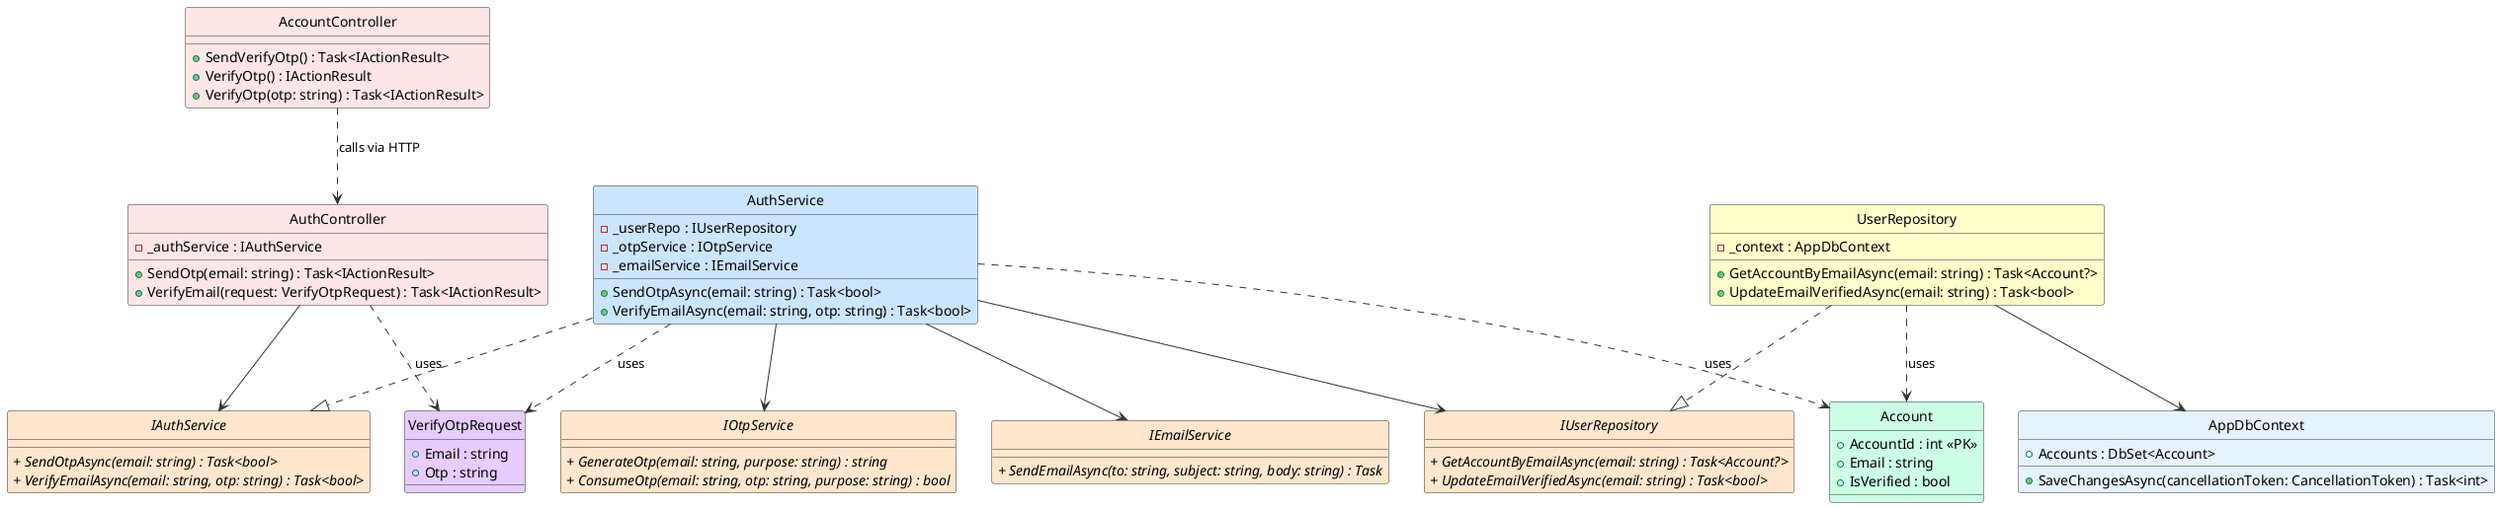
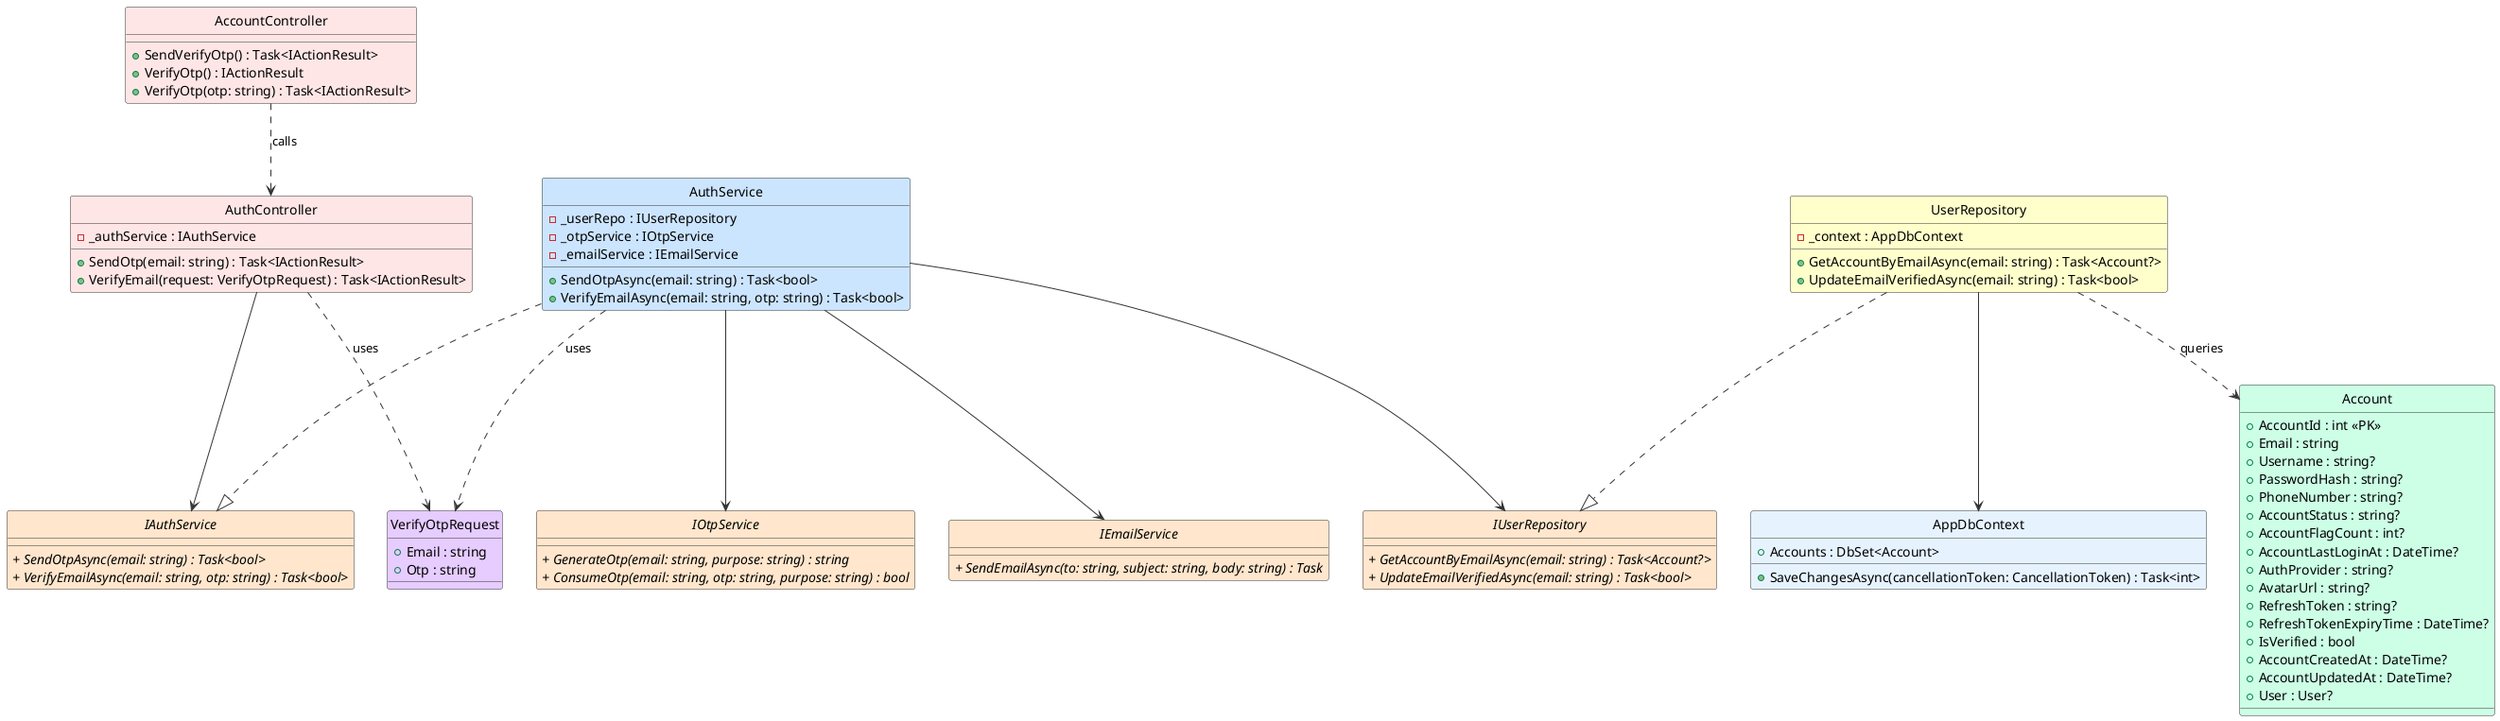
@startuml VerifyEmail_ClassDiagram

' Styling & Settings
skinparam style strictuml
skinparam shadowing false
skinparam class {
    BackgroundColor White
    BorderColor #1A73E8
    ArrowColor #5F6368
}

!define ABSTRACT_COLOR #FFE6CC
!define SERVICE_COLOR #CCE5FF
!define DTO_COLOR #E6CCFF
!define ENTITY_COLOR #CCFFE6
!define REPOSITORY_COLOR #FFFFCC
!define CONTROLLER_COLOR #FFE6E6
- !define DbContext #E6F3FF

skinparam backgroundColor #FFFFFF
skinparam classBackgroundColor #F9F9F9
skinparam classBorderColor #333333
skinparam arrowColor #333333

' ==================== FRONTEND ====================

class "AccountController" as AccountControllerFE #FFE6E6 {
    + SendVerifyOtp() : Task<IActionResult>
    + VerifyOtp() : IActionResult
    + VerifyOtp(otp: string) : Task<IActionResult>
}

' ==================== BACKEND - CONTROLLER ====================

class "AuthController" as AuthControllerBE #FFE6E6 {
    - _authService : IAuthService
    + SendOtp(email: string) : Task<IActionResult>
    + VerifyEmail(request: VerifyOtpRequest) : Task<IActionResult>
}

' ==================== BACKEND - DTOs ====================

class VerifyOtpRequest #E6CCFF {
    + Email : string
    + Otp : string
}

' ==================== BACKEND - DOMAIN ENTITIES ====================

class Account #CCFFE6 {
    + AccountId : int <<PK>>
    + Email : string
+     + Username : string?
+     + PasswordHash : string?
+     + PhoneNumber : string?
+     + AccountStatus : string?
+     + AccountFlagCount : int?
+     + AccountLastLoginAt : DateTime?
+     + AuthProvider : string?
+     + AvatarUrl : string?
+     + RefreshToken : string?
+     + RefreshTokenExpiryTime : DateTime?
    + IsVerified : bool
+     + AccountCreatedAt : DateTime?
+     + AccountUpdatedAt : DateTime?
+     + User : User?
}

' ==================== BACKEND - SERVICE INTERFACES ====================

interface IAuthService #FFE6CC {
    //+ SendOtpAsync(email: string) : Task<bool>//
    //+ VerifyEmailAsync(email: string, otp: string) : Task<bool>//
}

interface IOtpService #FFE6CC {
    //+ GenerateOtp(email: string, purpose: string) : string//
    //+ ConsumeOtp(email: string, otp: string, purpose: string) : bool//
}

interface IEmailService #FFE6CC {
    //+ SendEmailAsync(to: string, subject: string, body: string) : Task//
}

' ==================== BACKEND - REPOSITORY INTERFACES ====================

interface IUserRepository #FFE6CC {
    //+ GetAccountByEmailAsync(email: string) : Task<Account?>//
    //+ UpdateEmailVerifiedAsync(email: string) : Task<bool>//
}

' ==================== BACKEND - SERVICE IMPLEMENTATION ====================

class AuthService #CCE5FF {
    - _userRepo : IUserRepository
    - _otpService : IOtpService
    - _emailService : IEmailService
    + SendOtpAsync(email: string) : Task<bool>
    + VerifyEmailAsync(email: string, otp: string) : Task<bool>
}

' ==================== BACKEND - REPOSITORY IMPLEMENTATION ====================

class UserRepository #FFFFCC {
    - _context : AppDbContext
    + GetAccountByEmailAsync(email: string) : Task<Account?>
    + UpdateEmailVerifiedAsync(email: string) : Task<bool>
}

' ==================== BACKEND - DbContext ====================

class AppDbContext #E6F3FF {
    + Accounts : DbSet<Account>
    + SaveChangesAsync(cancellationToken: CancellationToken) : Task<int>
}

' ==================== RELATIONSHIPS ====================

- ' === UNIDIRECTIONAL ASSOCIATION ===
+ ' === UNIDIRECTIONAL ASSOCIATION (solid arrow) ===
AuthControllerBE --> IAuthService
AuthService --> IUserRepository
AuthService --> IOtpService
AuthService --> IEmailService
UserRepository --> AppDbContext

' === INTERFACE REALIZATION ===
AuthService ..|> IAuthService
UserRepository ..|> IUserRepository

- ' === DEPENDENCY ===
- AccountControllerFE ..> AuthControllerBE : calls via HTTP
+ ' === DEPENDENCY (dashed arrows) ===
+ AccountControllerFE ..> AuthControllerBE : calls
AuthControllerBE ..> VerifyOtpRequest : uses
AuthService ..> VerifyOtpRequest : uses
- AuthService ..> Account : uses
- UserRepository ..> Account : uses
+ UserRepository ..> Account : queries

@enduml
